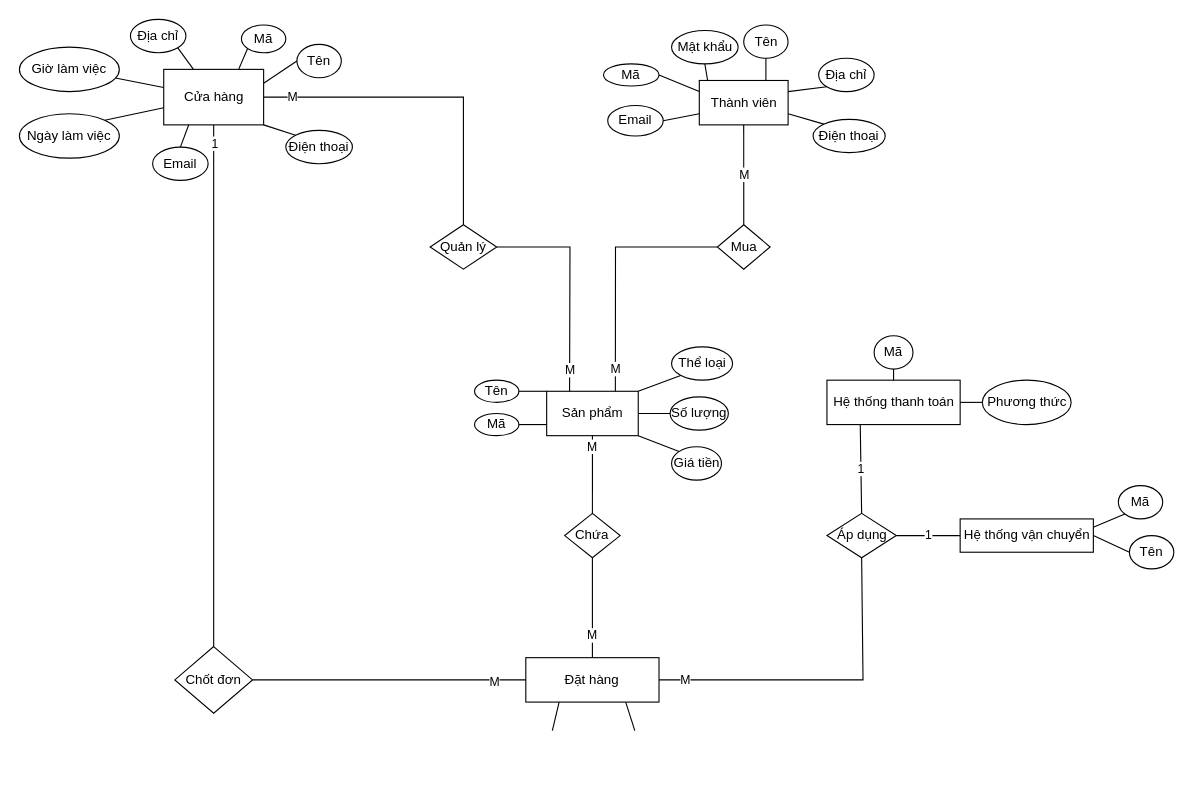
DatVu555/16_1951060600_VuTienDat keeps this draw.io diagram as Untitled Diagram1.drawio. Above is the earlier version. Source tidied: cells renumbered, new cells numbered last; positions are measured from the earlier drawing's top-left corner, leaving out a move shared by most shapes. Both pictures are drawn from the tidied source at 111%, with x=0, y=0 at pixel (19, 19).
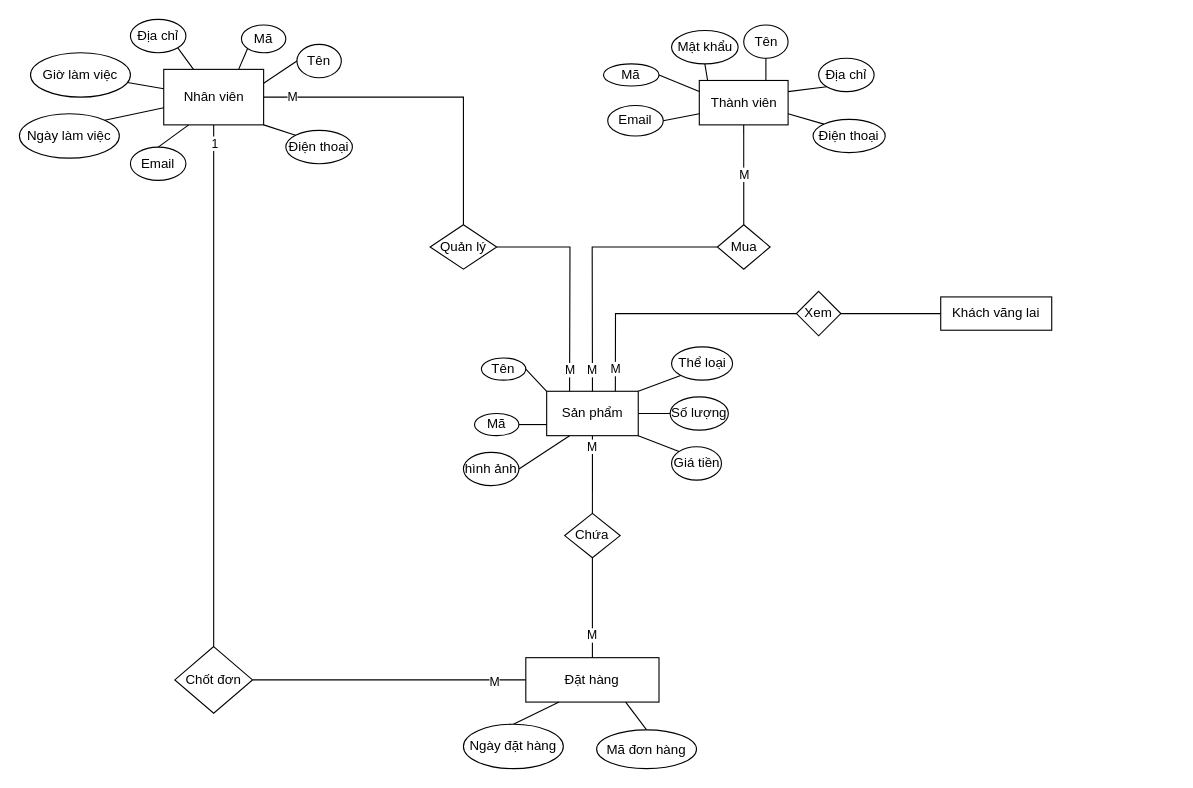
After the change.

Unchanged cells that the change refers to:
```xml
<mxCell id="30" value="Mua" style="rhombus;whiteSpace=wrap;html=1;rounded=0;" parent="1" vertex="1">
  <mxGeometry x="628.8" y="185" width="47.5" height="40" as="geometry" />
</mxCell>
<mxCell id="32" value="Sản phẩm" style="rounded=0;whiteSpace=wrap;html=1;" parent="1" vertex="1">
  <mxGeometry x="475" y="335" width="82.5" height="40" as="geometry" />
</mxCell>
<mxCell id="64" value="Đặt hàng&lt;br&gt;" style="rounded=0;whiteSpace=wrap;html=1;" parent="1" vertex="1">
  <mxGeometry x="456.2" y="575" width="120" height="40" as="geometry" />
</mxCell>
```

Change to the diagram source:
```diff
@@
-    <mxCell id="2" value="Cửa hàng" style="html=1;rounded=0;" parent="1" vertex="1">
+    <mxCell id="2" value="Nhân viên" style="html=1;rounded=0;" parent="1" vertex="1">
       <mxGeometry x="130" y="45" width="90" height="50" as="geometry" />
     </mxCell>
@@
     <mxCell id="5" value="Giờ làm việc" style="ellipse;whiteSpace=wrap;html=1;rounded=0;" parent="1" vertex="1">
-      <mxGeometry y="25" width="90" height="40" as="geometry" />
+      <mxGeometry x="10" y="30" width="90" height="40" as="geometry" />
     </mxCell>
@@
     <mxCell id="15" value="Email&lt;br&gt;" style="ellipse;whiteSpace=wrap;html=1;rounded=0;" parent="1" vertex="1">
-      <mxGeometry x="120" y="115" width="50" height="30" as="geometry" />
+      <mxGeometry x="100" y="115" width="50" height="30" as="geometry" />
     </mxCell>
@@
-    <mxCell id="36" value="M" style="endArrow=none;html=1;rounded=0;entryX=0;entryY=0.5;entryDx=0;entryDy=0;exitX=0.75;exitY=0;exitDx=0;exitDy=0;" parent="1" edge="1" source="32" target="30">
-      <mxGeometry x="-0.82" relative="1" as="geometry">
-        <Array as="points">
-          <mxPoint x="537" y="205" />
-        </Array>
-      </mxGeometry>
-    </mxCell>
@@
     <mxCell id="40" value="Tên" style="ellipse;whiteSpace=wrap;html=1;rounded=0;" parent="1" vertex="1">
-      <mxGeometry x="410" y="325" width="40" height="20" as="geometry" />
+      <mxGeometry x="416.2" y="305" width="40" height="20" as="geometry" />
     </mxCell>
@@
-    <mxCell id="51" value="Áp dụng&lt;br&gt;" style="rhombus;whiteSpace=wrap;html=1;rounded=0;" parent="1" vertex="1">
-      <mxGeometry x="727.5" y="445" width="62.5" height="40" as="geometry" />
-    </mxCell>
-    <mxCell id="52" value="Hệ thống thanh toán&lt;br&gt;" style="rounded=0;whiteSpace=wrap;html=1;" parent="1" vertex="1">
-      <mxGeometry x="727.5" y="325" width="120" height="40" as="geometry" />
-    </mxCell>
-    <mxCell id="53" value="Mã" style="ellipse;whiteSpace=wrap;html=1;rounded=0;" parent="1" vertex="1">
-      <mxGeometry x="770" y="285" width="35" height="30" as="geometry" />
-    </mxCell>
-    <mxCell id="54" value="Phương thức" style="ellipse;whiteSpace=wrap;html=1;rounded=0;" parent="1" vertex="1">
-      <mxGeometry x="867.5" y="325" width="80" height="40" as="geometry" />
-    </mxCell>
-    <mxCell id="55" style="endArrow=none;html=1;rounded=0;entryX=0.5;entryY=1;entryDx=0;entryDy=0;" parent="1" edge="1" source="52" target="53">
-      <mxGeometry relative="1" as="geometry" />
-    </mxCell>
-    <mxCell id="56" style="endArrow=none;html=1;rounded=0;exitX=1;exitY=0.5;exitDx=0;exitDy=0;entryX=0;entryY=0.5;entryDx=0;entryDy=0;" parent="1" edge="1" source="52" target="54">
-      <mxGeometry relative="1" as="geometry" />
-    </mxCell>
-    <mxCell id="57" value="Hệ thống vận chuyển&lt;br&gt;" style="rounded=0;whiteSpace=wrap;html=1;" parent="1" vertex="1">
-      <mxGeometry x="847.5" y="450" width="120" height="30" as="geometry" />
-    </mxCell>
-    <mxCell id="58" value="1" style="endArrow=none;html=1;rounded=0;exitX=0.5;exitY=0;exitDx=0;exitDy=0;entryX=0.25;entryY=1;entryDx=0;entryDy=0;" parent="1" edge="1" source="51" target="52">
-      <mxGeometry relative="1" as="geometry" />
-    </mxCell>
-    <mxCell id="59" value="1" style="endArrow=none;html=1;rounded=0;exitX=1;exitY=0.5;exitDx=0;exitDy=0;entryX=0;entryY=0.5;entryDx=0;entryDy=0;" parent="1" edge="1" source="51" target="57">
-      <mxGeometry relative="1" as="geometry" />
-    </mxCell>
-    <mxCell id="60" value="Mã" style="ellipse;whiteSpace=wrap;html=1;rounded=0;" parent="1" vertex="1">
-      <mxGeometry x="990" y="420" width="40" height="30" as="geometry" />
-    </mxCell>
-    <mxCell id="61" value="Tên" style="ellipse;whiteSpace=wrap;html=1;rounded=0;" parent="1" vertex="1">
-      <mxGeometry x="1000" y="465" width="40" height="30" as="geometry" />
-    </mxCell>
-    <mxCell id="62" style="endArrow=none;html=1;rounded=0;exitX=1;exitY=0.25;exitDx=0;exitDy=0;entryX=0;entryY=1;entryDx=0;entryDy=0;" parent="1" edge="1" source="57" target="60">
-      <mxGeometry relative="1" as="geometry" />
-    </mxCell>
-    <mxCell id="63" style="endArrow=none;html=1;rounded=0;exitX=1;exitY=0.5;exitDx=0;exitDy=0;entryX=0;entryY=0.5;entryDx=0;entryDy=0;" parent="1" edge="1" source="57" target="61">
-      <mxGeometry relative="1" as="geometry" />
-    </mxCell>
@@
-    <mxCell id="67" style="endArrow=none;html=1;rounded=0;exitX=0.25;exitY=1;exitDx=0;exitDy=0;entryX=1;entryY=0;entryDx=0;entryDy=0;" parent="1" edge="1" source="64">
-      <mxGeometry relative="1" as="geometry">
-        <mxPoint x="480.1" y="640.8" as="targetPoint" />
-      </mxGeometry>
+    <mxCell id="67" style="endArrow=none;html=1;rounded=0;exitX=0.25;exitY=1;exitDx=0;exitDy=0;entryX=0.5;entryY=0;entryDx=0;entryDy=0;" parent="1" edge="1" source="64" target="78">
+      <mxGeometry relative="1" as="geometry" />
     </mxCell>
-    <mxCell id="68" style="endArrow=none;html=1;rounded=0;exitX=0.75;exitY=1;exitDx=0;exitDy=0;entryX=0;entryY=0;entryDx=0;entryDy=0;" parent="1" edge="1" source="64">
-      <mxGeometry relative="1" as="geometry">
-        <mxPoint x="554.4" y="640.7" as="targetPoint" />
-      </mxGeometry>
+    <mxCell id="68" style="endArrow=none;html=1;rounded=0;exitX=0.75;exitY=1;exitDx=0;exitDy=0;entryX=0.5;entryY=0;entryDx=0;entryDy=0;" parent="1" edge="1" source="64" target="79">
+      <mxGeometry relative="1" as="geometry" />
     </mxCell>
@@
-    <mxCell id="74" value="M" style="endArrow=none;html=1;rounded=0;entryX=0.5;entryY=1;entryDx=0;entryDy=0;exitX=1;exitY=0.5;exitDx=0;exitDy=0;" parent="1" edge="1" source="64" target="51">
-      <mxGeometry x="-0.84" relative="1" as="geometry">
-        <Array as="points">
-          <mxPoint x="760" y="595" />
-        </Array>
-      </mxGeometry>
-    </mxCell>
@@
+    <mxCell id="76" value="hình ảnh" style="ellipse;whiteSpace=wrap;html=1;" parent="1" vertex="1">
+      <mxGeometry x="400" y="390" width="50" height="30" as="geometry" />
+    </mxCell>
+    <mxCell id="77" style="endArrow=none;html=1;rounded=0;entryX=0.25;entryY=1;entryDx=0;entryDy=0;exitX=1;exitY=0.5;exitDx=0;exitDy=0;" parent="1" edge="1" source="76" target="32">
+      <mxGeometry relative="1" as="geometry" />
+    </mxCell>
+    <mxCell id="78" value="Ngày đặt hàng" style="ellipse;whiteSpace=wrap;html=1;" parent="1" vertex="1">
+      <mxGeometry x="400" y="635" width="90" height="40" as="geometry" />
+    </mxCell>
+    <mxCell id="79" value="Mã đơn hàng" style="ellipse;whiteSpace=wrap;html=1;" parent="1" vertex="1">
+      <mxGeometry x="520" y="640" width="90" height="35" as="geometry" />
+    </mxCell>
+    <mxCell id="80" value="Xem" style="rhombus;whiteSpace=wrap;html=1;" parent="1" vertex="1">
+      <mxGeometry x="700" y="245" width="40" height="40" as="geometry" />
+    </mxCell>
+    <mxCell id="36" value="M" style="endArrow=none;html=1;rounded=0;entryX=0;entryY=0.5;entryDx=0;entryDy=0;exitX=0.5;exitY=0;exitDx=0;exitDy=0;" parent="1" edge="1" source="32" target="30">
+      <mxGeometry x="-0.84" relative="1" as="geometry">
+        <Array as="points">
+          <mxPoint x="516" y="205" />
+        </Array>
+      </mxGeometry>
+    </mxCell>
+    <mxCell id="81" value="M" style="endArrow=none;html=1;rounded=0;exitX=0.75;exitY=0;exitDx=0;exitDy=0;entryX=0;entryY=0.5;entryDx=0;entryDy=0;" parent="1" edge="1" source="32" target="80">
+      <mxGeometry x="-0.83" relative="1" as="geometry">
+        <Array as="points">
+          <mxPoint x="537" y="265" />
+        </Array>
+      </mxGeometry>
+    </mxCell>
+    <mxCell id="82" value="Khách vãng lai" style="rounded=0;whiteSpace=wrap;html=1;" parent="1" vertex="1">
+      <mxGeometry x="830" y="250" width="100" height="30" as="geometry" />
+    </mxCell>
+    <mxCell id="83" style="endArrow=none;html=1;rounded=0;entryX=0;entryY=0.5;entryDx=0;entryDy=0;exitX=1;exitY=0.5;exitDx=0;exitDy=0;" parent="1" edge="1" source="80" target="82">
+      <mxGeometry relative="1" as="geometry" />
+    </mxCell>
```
